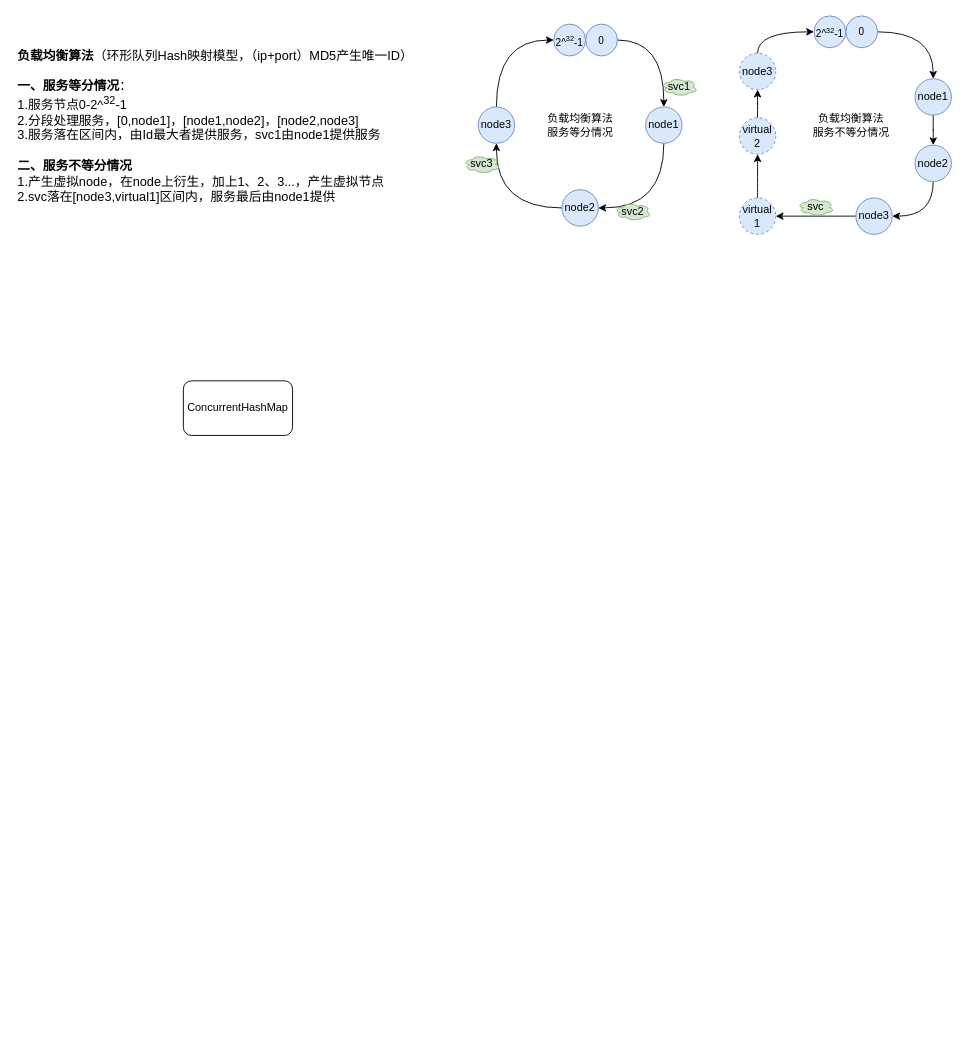
This is rpc.drawio from devinOoO/rpc-learning, a draw.io file, before an edit. Source tidied: cells renumbered, new cells numbered last; positions are measured from the earlier drawing's top-left corner, leaving out a move shared by most shapes. Both pictures are drawn from the tidied source at 91%, with x=0, y=0 at pixel (15, 15).
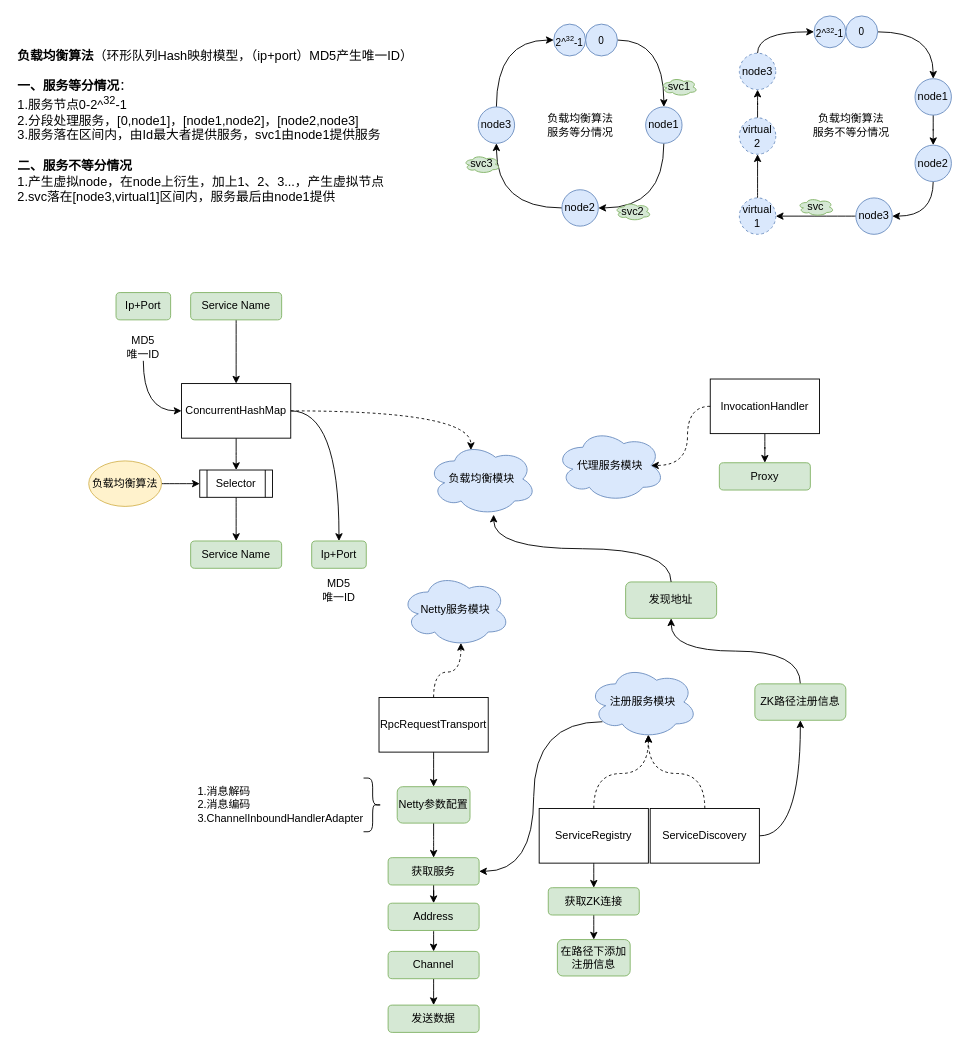
The same diagram, later.

What changed in the source:
```diff
@@
+    <mxCell id="34" value="Ip+Port" style="rounded=1;whiteSpace=wrap;html=1;fillColor=#d5e8d4;strokeColor=#82b366;fontSize=12;" parent="1" vertex="1">
+      <mxGeometry x="110" y="304" width="60" height="30" as="geometry" />
+    </mxCell>
+    <mxCell id="35" style="edgeStyle=orthogonalEdgeStyle;curved=1;rounded=0;jettySize=auto;html=1;exitX=0.5;exitY=1;exitDx=0;exitDy=0;" parent="1" edge="1" source="36" target="33">
+      <mxGeometry relative="1" as="geometry" />
+    </mxCell>
+    <mxCell id="36" value="Service Name" style="rounded=1;whiteSpace=wrap;html=1;fillColor=#d5e8d4;strokeColor=#82b366;fontSize=12;" parent="1" vertex="1">
+      <mxGeometry x="192" y="304" width="100" height="30" as="geometry" />
+    </mxCell>
+    <mxCell id="37" style="edgeStyle=orthogonalEdgeStyle;curved=1;rounded=0;jettySize=auto;html=1;exitX=0.5;exitY=1;exitDx=0;exitDy=0;entryX=0;entryY=0.5;entryDx=0;entryDy=0;" parent="1" edge="1" source="38" target="33">
+      <mxGeometry relative="1" as="geometry" />
+    </mxCell>
+    <mxCell id="38" value="MD5&lt;div&gt;唯一ID&lt;br&gt;&lt;/div&gt;" style="text;html=1;align=center;verticalAlign=middle;whiteSpace=wrap;rounded=0;" parent="1" vertex="1">
+      <mxGeometry x="110" y="349" width="60" height="30" as="geometry" />
+    </mxCell>
+    <mxCell id="39" style="edgeStyle=orthogonalEdgeStyle;curved=1;rounded=0;jettySize=auto;html=1;exitX=0.5;exitY=1;exitDx=0;exitDy=0;" parent="1" edge="1" source="33" target="45">
+      <mxGeometry relative="1" as="geometry" />
+    </mxCell>
+    <mxCell id="40" style="edgeStyle=orthogonalEdgeStyle;curved=1;rounded=0;jettySize=auto;html=1;exitX=1;exitY=0.5;exitDx=0;exitDy=0;entryX=0.5;entryY=0;entryDx=0;entryDy=0;" parent="1" edge="1" source="33" target="41">
+      <mxGeometry relative="1" as="geometry" />
+    </mxCell>
-    <mxCell id="33" value="ConcurrentHashMap" style="rounded=1;whiteSpace=wrap;html=1;" parent="1" vertex="1">
-      <mxGeometry x="184" y="401" width="120" height="60" as="geometry" />
+    <mxCell id="33" value="ConcurrentHashMap" style="rounded=0;whiteSpace=wrap;html=1;" parent="1" vertex="1">
+      <mxGeometry x="182" y="404" width="120" height="60" as="geometry" />
     </mxCell>
+    <mxCell id="41" value="Ip+Port" style="rounded=1;whiteSpace=wrap;html=1;fillColor=#d5e8d4;strokeColor=#82b366;fontSize=12;" parent="1" vertex="1">
+      <mxGeometry x="325" y="577" width="60" height="30" as="geometry" />
+    </mxCell>
+    <mxCell id="42" value="MD5&lt;div&gt;唯一ID&lt;br&gt;&lt;/div&gt;" style="text;html=1;align=center;verticalAlign=middle;whiteSpace=wrap;rounded=0;" parent="1" vertex="1">
+      <mxGeometry x="325" y="616" width="60" height="30" as="geometry" />
+    </mxCell>
+    <mxCell id="43" value="Service Name" style="rounded=1;whiteSpace=wrap;html=1;fillColor=#d5e8d4;strokeColor=#82b366;fontSize=12;" parent="1" vertex="1">
+      <mxGeometry x="192" y="577" width="100" height="30" as="geometry" />
+    </mxCell>
+    <mxCell id="44" style="edgeStyle=orthogonalEdgeStyle;curved=1;rounded=0;jettySize=auto;html=1;exitX=0.5;exitY=1;exitDx=0;exitDy=0;entryX=0.5;entryY=0;entryDx=0;entryDy=0;" parent="1" edge="1" source="45" target="43">
+      <mxGeometry relative="1" as="geometry" />
+    </mxCell>
+    <mxCell id="45" value="Selector" style="shape=process;whiteSpace=wrap;html=1;backgroundOutline=1;" parent="1" vertex="1">
+      <mxGeometry x="202" y="499" width="80" height="30" as="geometry" />
+    </mxCell>
+    <mxCell id="46" style="edgeStyle=orthogonalEdgeStyle;curved=1;rounded=0;jettySize=auto;html=1;exitX=1;exitY=0.5;exitDx=0;exitDy=0;entryX=0;entryY=0.5;entryDx=0;entryDy=0;" parent="1" edge="1" source="47" target="45">
+      <mxGeometry relative="1" as="geometry" />
+    </mxCell>
+    <mxCell id="47" value="负载均衡算法" style="ellipse;whiteSpace=wrap;html=1;fillColor=#fff2cc;strokeColor=#d6b656;" parent="1" vertex="1">
+      <mxGeometry x="80" y="489" width="80" height="50" as="geometry" />
+    </mxCell>
+    <mxCell id="48" value="负载均衡模块" style="ellipse;shape=cloud;whiteSpace=wrap;html=1;fillColor=#dae8fc;strokeColor=#6c8ebf;" parent="1" vertex="1">
+      <mxGeometry x="452" y="469" width="120" height="80" as="geometry" />
+    </mxCell>
+    <mxCell id="49" style="edgeStyle=orthogonalEdgeStyle;curved=1;rounded=0;jettySize=auto;html=1;exitX=0.5;exitY=1;exitDx=0;exitDy=0;" parent="1" edge="1" source="50" target="51">
+      <mxGeometry relative="1" as="geometry" />
+    </mxCell>
+    <mxCell id="50" value="InvocationHandler" style="rounded=0;whiteSpace=wrap;html=1;" parent="1" vertex="1">
+      <mxGeometry x="763" y="399" width="120" height="60" as="geometry" />
+    </mxCell>
+    <mxCell id="51" value="Proxy" style="rounded=1;whiteSpace=wrap;html=1;fillColor=#d5e8d4;strokeColor=#82b366;fontSize=12;" parent="1" vertex="1">
+      <mxGeometry x="773" y="491" width="100" height="30" as="geometry" />
+    </mxCell>
+    <mxCell id="52" value="代理服务模块" style="ellipse;shape=cloud;whiteSpace=wrap;html=1;fillColor=#dae8fc;strokeColor=#6c8ebf;" parent="1" vertex="1">
+      <mxGeometry x="593" y="454" width="120" height="80" as="geometry" />
+    </mxCell>
+    <mxCell id="53" value="Netty服务模块" style="ellipse;shape=cloud;whiteSpace=wrap;html=1;fillColor=#dae8fc;strokeColor=#6c8ebf;" parent="1" vertex="1">
+      <mxGeometry x="423" y="613" width="120" height="80" as="geometry" />
+    </mxCell>
+    <mxCell id="54" style="edgeStyle=orthogonalEdgeStyle;curved=1;rounded=0;jettySize=auto;html=1;exitX=1;exitY=0.5;exitDx=0;exitDy=0;entryX=0.4;entryY=0.1;entryDx=0;entryDy=0;entryPerimeter=0;dashed=1;" parent="1" edge="1" source="33" target="48">
+      <mxGeometry relative="1" as="geometry" />
+    </mxCell>
+    <mxCell id="55" style="edgeStyle=orthogonalEdgeStyle;curved=1;rounded=0;jettySize=auto;html=1;exitX=0;exitY=0.5;exitDx=0;exitDy=0;entryX=0.875;entryY=0.5;entryDx=0;entryDy=0;entryPerimeter=0;dashed=1;" parent="1" edge="1" source="50" target="52">
+      <mxGeometry relative="1" as="geometry" />
+    </mxCell>
+    <mxCell id="56" style="edgeStyle=orthogonalEdgeStyle;curved=1;rounded=0;jettySize=auto;html=1;exitX=0.5;exitY=1;exitDx=0;exitDy=0;" parent="1" edge="1" source="57" target="64">
+      <mxGeometry relative="1" as="geometry" />
+    </mxCell>
+    <mxCell id="57" value="获取服务" style="rounded=1;whiteSpace=wrap;html=1;fillColor=#d5e8d4;strokeColor=#82b366;fontSize=12;" parent="1" vertex="1">
+      <mxGeometry x="409" y="925" width="100" height="30" as="geometry" />
+    </mxCell>
+    <mxCell id="58" style="edgeStyle=orthogonalEdgeStyle;curved=1;rounded=0;jettySize=auto;html=1;exitX=0.13;exitY=0.77;exitDx=0;exitDy=0;exitPerimeter=0;entryX=1;entryY=0.5;entryDx=0;entryDy=0;" parent="1" edge="1" source="59" target="57">
+      <mxGeometry relative="1" as="geometry" />
+    </mxCell>
+    <mxCell id="59" value="注册服务模块" style="ellipse;shape=cloud;whiteSpace=wrap;html=1;fillColor=#dae8fc;strokeColor=#6c8ebf;" parent="1" vertex="1">
+      <mxGeometry x="629" y="714" width="120" height="80" as="geometry" />
+    </mxCell>
+    <mxCell id="60" style="edgeStyle=orthogonalEdgeStyle;curved=1;rounded=0;jettySize=auto;html=1;exitX=0.5;exitY=1;exitDx=0;exitDy=0;entryX=0.5;entryY=0;entryDx=0;entryDy=0;" parent="1" edge="1" source="61" target="68">
+      <mxGeometry relative="1" as="geometry" />
+    </mxCell>
+    <mxCell id="61" value="RpcRequestTransport" style="rounded=0;whiteSpace=wrap;html=1;" parent="1" vertex="1">
+      <mxGeometry x="399" y="749" width="120" height="60" as="geometry" />
+    </mxCell>
+    <mxCell id="62" style="edgeStyle=orthogonalEdgeStyle;curved=1;rounded=0;jettySize=auto;html=1;exitX=0.5;exitY=0;exitDx=0;exitDy=0;entryX=0.55;entryY=0.95;entryDx=0;entryDy=0;entryPerimeter=0;dashed=1;" parent="1" edge="1" source="61" target="53">
+      <mxGeometry relative="1" as="geometry" />
+    </mxCell>
+    <mxCell id="63" style="edgeStyle=orthogonalEdgeStyle;curved=1;rounded=0;jettySize=auto;html=1;exitX=0.5;exitY=1;exitDx=0;exitDy=0;entryX=0.5;entryY=0;entryDx=0;entryDy=0;" parent="1" edge="1" source="64" target="66">
+      <mxGeometry relative="1" as="geometry" />
+    </mxCell>
+    <mxCell id="64" value="Address" style="rounded=1;whiteSpace=wrap;html=1;fillColor=#d5e8d4;strokeColor=#82b366;fontSize=12;" parent="1" vertex="1">
+      <mxGeometry x="409" y="975" width="100" height="30" as="geometry" />
+    </mxCell>
+    <mxCell id="65" style="edgeStyle=orthogonalEdgeStyle;curved=1;rounded=0;jettySize=auto;html=1;exitX=0.5;exitY=1;exitDx=0;exitDy=0;entryX=0.5;entryY=0;entryDx=0;entryDy=0;" parent="1" edge="1" source="66" target="71">
+      <mxGeometry relative="1" as="geometry" />
+    </mxCell>
+    <mxCell id="66" value="Channel" style="rounded=1;whiteSpace=wrap;html=1;fillColor=#d5e8d4;strokeColor=#82b366;fontSize=12;" parent="1" vertex="1">
+      <mxGeometry x="409" y="1028" width="100" height="30" as="geometry" />
+    </mxCell>
+    <mxCell id="67" style="edgeStyle=orthogonalEdgeStyle;curved=1;rounded=0;jettySize=auto;html=1;exitX=0.5;exitY=1;exitDx=0;exitDy=0;" parent="1" edge="1" source="68" target="57">
+      <mxGeometry relative="1" as="geometry" />
+    </mxCell>
+    <mxCell id="68" value="Netty参数配置" style="rounded=1;whiteSpace=wrap;html=1;fillColor=#d5e8d4;strokeColor=#82b366;" parent="1" vertex="1">
+      <mxGeometry x="419" y="847" width="80" height="40" as="geometry" />
+    </mxCell>
+    <mxCell id="69" style="shape=curlyBracket;whiteSpace=wrap;html=1;rounded=1;flipH=1;labelPosition=right;verticalLabelPosition=middle;align=left;verticalAlign=middle;" parent="1" vertex="1">
+      <mxGeometry x="382" y="837.5" width="20" height="59" as="geometry" />
+    </mxCell>
+    <mxCell id="70" value="&lt;font style=&quot;font-size: 12px;&quot;&gt;1.消息解码&lt;/font&gt;&lt;div style=&quot;&quot;&gt;&lt;font style=&quot;font-size: 12px;&quot;&gt;2.消息编码&lt;/font&gt;&lt;/div&gt;&lt;div style=&quot;&quot;&gt;&lt;font style=&quot;font-size: 12px;&quot;&gt;3.ChannelInboundHandlerAdapter&lt;/font&gt;&lt;/div&gt;" style="text;html=1;align=left;verticalAlign=middle;whiteSpace=wrap;rounded=0;" parent="1" vertex="1">
+      <mxGeometry x="198" y="844" width="188" height="46" as="geometry" />
+    </mxCell>
+    <mxCell id="71" value="发送数据" style="rounded=1;whiteSpace=wrap;html=1;fillColor=#d5e8d4;strokeColor=#82b366;fontSize=12;" parent="1" vertex="1">
+      <mxGeometry x="409" y="1087" width="100" height="30" as="geometry" />
+    </mxCell>
+    <mxCell id="72" style="edgeStyle=orthogonalEdgeStyle;curved=1;rounded=0;jettySize=auto;html=1;exitX=0.5;exitY=1;exitDx=0;exitDy=0;entryX=0.5;entryY=0;entryDx=0;entryDy=0;" parent="1" edge="1" source="73" target="77">
+      <mxGeometry relative="1" as="geometry" />
+    </mxCell>
+    <mxCell id="73" value="ServiceRegistry" style="rounded=0;whiteSpace=wrap;html=1;" parent="1" vertex="1">
+      <mxGeometry x="575" y="871" width="120" height="60" as="geometry" />
+    </mxCell>
+    <mxCell id="74" style="edgeStyle=orthogonalEdgeStyle;curved=1;rounded=0;jettySize=auto;html=1;exitX=1;exitY=0.5;exitDx=0;exitDy=0;entryX=0.5;entryY=1;entryDx=0;entryDy=0;" parent="1" edge="1" source="75" target="84">
+      <mxGeometry relative="1" as="geometry" />
+    </mxCell>
+    <mxCell id="75" value="ServiceDiscovery" style="rounded=0;whiteSpace=wrap;html=1;" parent="1" vertex="1">
+      <mxGeometry x="697" y="871" width="120" height="60" as="geometry" />
+    </mxCell>
+    <mxCell id="76" style="edgeStyle=orthogonalEdgeStyle;curved=1;rounded=0;jettySize=auto;html=1;exitX=0.5;exitY=1;exitDx=0;exitDy=0;entryX=0.5;entryY=0;entryDx=0;entryDy=0;" parent="1" edge="1" source="77" target="78">
+      <mxGeometry relative="1" as="geometry" />
+    </mxCell>
+    <mxCell id="77" value="获取ZK连接" style="rounded=1;whiteSpace=wrap;html=1;fillColor=#d5e8d4;strokeColor=#82b366;fontSize=12;" parent="1" vertex="1">
+      <mxGeometry x="585" y="958" width="100" height="30" as="geometry" />
+    </mxCell>
+    <mxCell id="78" value="在路径下添加注册信息" style="rounded=1;whiteSpace=wrap;html=1;fillColor=#d5e8d4;strokeColor=#82b366;fontSize=12;" parent="1" vertex="1">
+      <mxGeometry x="595" y="1015" width="80" height="40" as="geometry" />
+    </mxCell>
+    <mxCell id="79" value="发现地址" style="rounded=1;whiteSpace=wrap;html=1;fillColor=#d5e8d4;strokeColor=#82b366;fontSize=12;" parent="1" vertex="1">
+      <mxGeometry x="670" y="622" width="100" height="40" as="geometry" />
+    </mxCell>
+    <mxCell id="80" style="edgeStyle=orthogonalEdgeStyle;curved=1;rounded=0;jettySize=auto;html=1;exitX=0.5;exitY=0;exitDx=0;exitDy=0;entryX=0.55;entryY=0.95;entryDx=0;entryDy=0;entryPerimeter=0;dashed=1;" parent="1" edge="1" source="73" target="59">
+      <mxGeometry relative="1" as="geometry" />
+    </mxCell>
+    <mxCell id="81" style="edgeStyle=orthogonalEdgeStyle;curved=1;rounded=0;jettySize=auto;html=1;exitX=0.5;exitY=0;exitDx=0;exitDy=0;entryX=0.55;entryY=0.95;entryDx=0;entryDy=0;entryPerimeter=0;dashed=1;" parent="1" edge="1" source="75" target="59">
+      <mxGeometry relative="1" as="geometry" />
+    </mxCell>
+    <mxCell id="82" style="edgeStyle=orthogonalEdgeStyle;curved=1;rounded=0;jettySize=auto;html=1;exitX=0.5;exitY=0;exitDx=0;exitDy=0;entryX=0.608;entryY=0.988;entryDx=0;entryDy=0;entryPerimeter=0;" parent="1" edge="1" source="79" target="48">
+      <mxGeometry relative="1" as="geometry" />
+    </mxCell>
+    <mxCell id="83" style="edgeStyle=orthogonalEdgeStyle;curved=1;rounded=0;jettySize=auto;html=1;exitX=0.5;exitY=0;exitDx=0;exitDy=0;entryX=0.5;entryY=1;entryDx=0;entryDy=0;" parent="1" edge="1" source="84" target="79">
+      <mxGeometry relative="1" as="geometry" />
+    </mxCell>
+    <mxCell id="84" value="ZK路径注册信息" style="rounded=1;whiteSpace=wrap;html=1;fillColor=#d5e8d4;strokeColor=#82b366;fontSize=12;" parent="1" vertex="1">
+      <mxGeometry x="812" y="734" width="100" height="40" as="geometry" />
+    </mxCell>
```
